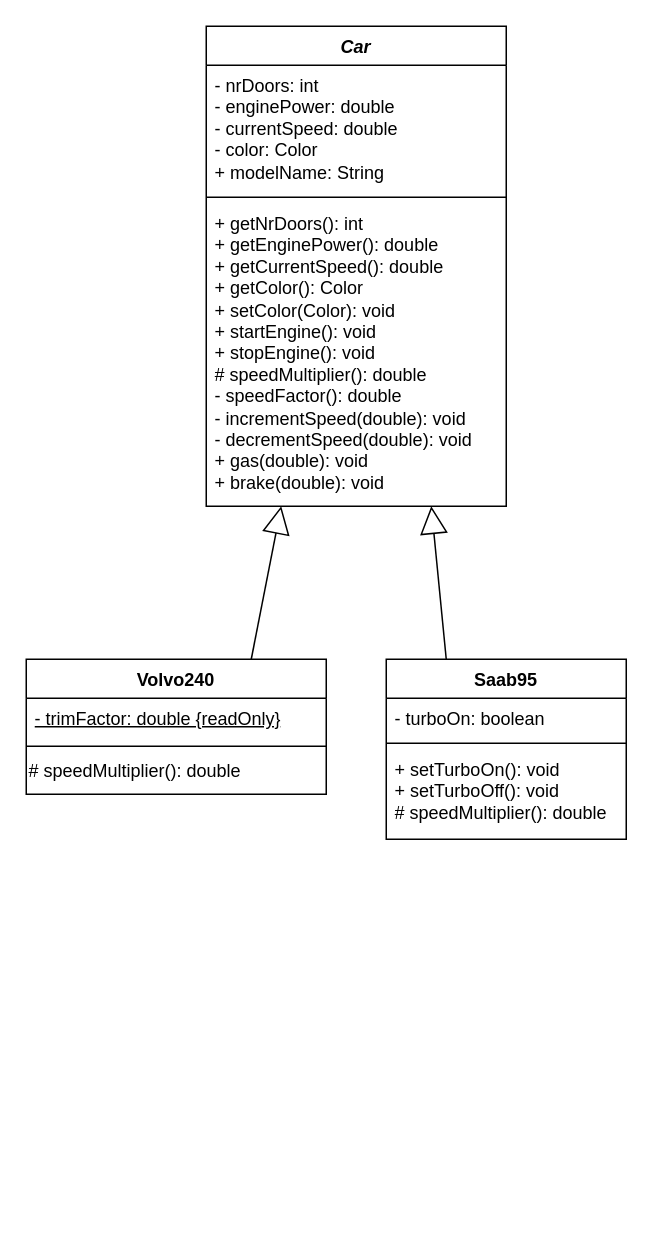
Above: lab1.drawio in Algaras-dev/TDA553-Lab (draw.io), before the change. Source tidied: cells renumbered, new cells numbered last; positions are measured from the earlier drawing's top-left corner, leaving out a move shared by most shapes. Both pictures are drawn from the tidied source at 150%, with x=0, y=0 at pixel (26, 26).
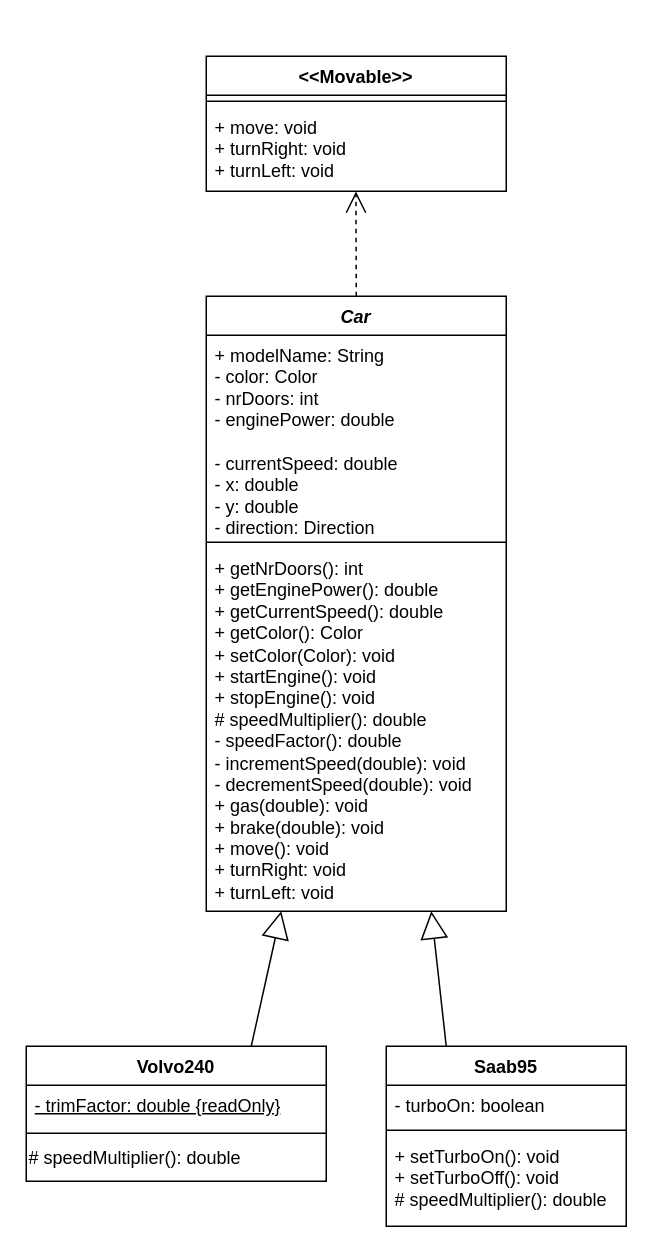
After the change.

Change to the diagram source:
```diff
@@
     <mxCell id="2" value="Volvo240" style="swimlane;fontStyle=1;align=center;verticalAlign=top;horizontal=1;startSize=26;whiteSpace=wrap;html=1;" parent="1" vertex="1">
-      <mxGeometry y="422" width="200" height="90" as="geometry" />
+      <mxGeometry y="680" width="200" height="90" as="geometry" />
     </mxCell>
@@
     <mxCell id="6" value="Saab95&lt;div&gt;&lt;br&gt;&lt;/div&gt;" style="swimlane;fontStyle=1;align=center;verticalAlign=top;horizontal=1;startSize=26;whiteSpace=wrap;html=1;" parent="1" vertex="1">
-      <mxGeometry x="240" y="422" width="160" height="120" as="geometry" />
+      <mxGeometry x="240" y="680" width="160" height="120" as="geometry" />
     </mxCell>
@@
     <mxCell id="10" value="&lt;i&gt;Car&lt;/i&gt;" style="swimlane;fontStyle=1;align=center;verticalAlign=top;horizontal=1;startSize=26;whiteSpace=wrap;html=1;" parent="1" vertex="1">
-      <mxGeometry x="120" width="200" height="320" as="geometry" />
+      <mxGeometry x="120" y="180" width="200" height="410" as="geometry" />
     </mxCell>
-    <mxCell id="11" value="- nrDoors: int&lt;br&gt;- enginePower: double&lt;br&gt;&lt;div&gt;- currentSpeed: double&lt;/div&gt;&lt;div&gt;- color: Color&lt;/div&gt;&lt;div&gt;+ modelName: String&lt;/div&gt;" style="text;strokeColor=none;fillColor=none;align=left;verticalAlign=top;spacingLeft=4;spacingRight=4;overflow=hidden;whiteSpace=wrap;html=1;" parent="10" vertex="1">
-      <mxGeometry y="26" width="200" height="84" as="geometry" />
+    <mxCell id="11" value="&lt;div&gt;+ modelName: String&lt;/div&gt;&lt;div&gt;- color: Color&lt;/div&gt;&lt;div&gt;- nrDoors: int&lt;/div&gt;&lt;div&gt;- enginePower: double&lt;/div&gt;&lt;div&gt;&lt;br&gt;&lt;/div&gt;&lt;div&gt;- currentSpeed: double&lt;/div&gt;&lt;div&gt;- x: double&lt;/div&gt;&lt;div&gt;- y: double&lt;/div&gt;&lt;div&gt;- direction: Direction&lt;/div&gt;" style="text;strokeColor=none;fillColor=none;align=left;verticalAlign=top;spacingLeft=4;spacingRight=4;overflow=hidden;whiteSpace=wrap;html=1;" parent="10" vertex="1">
+      <mxGeometry y="26" width="200" height="134" as="geometry" />
     </mxCell>
     <mxCell id="12" style="line;strokeWidth=1;fillColor=none;align=left;verticalAlign=middle;spacingTop=-1;spacingLeft=3;spacingRight=3;labelPosition=right;strokeColor=inherit;" parent="10" vertex="1">
-      <mxGeometry y="110" width="200" height="8" as="geometry" />
+      <mxGeometry y="160" width="200" height="8" as="geometry" />
     </mxCell>
-    <mxCell id="13" value="+ getNrDoors(): int&lt;div&gt;+ getEnginePower(): double&lt;/div&gt;&lt;div&gt;+ getCurrentSpeed(): double&lt;/div&gt;&lt;div&gt;+ getColor(): Color&lt;/div&gt;&lt;div&gt;+ setColor(Color): void&lt;/div&gt;&lt;div&gt;+ startEngine(): void&lt;/div&gt;&lt;div&gt;+ stopEngine(): void&lt;/div&gt;&lt;div&gt;#&amp;nbsp;speedMultiplier(): double&lt;/div&gt;&lt;div&gt;- speedFactor(): double&lt;/div&gt;&lt;div&gt;- incrementSpeed(double): void&lt;/div&gt;&lt;div&gt;- decrementSpeed(double): void&lt;/div&gt;&lt;div&gt;+ gas(double): void&lt;/div&gt;&lt;div&gt;+ brake(double): void&lt;/div&gt;" style="text;strokeColor=none;fillColor=none;align=left;verticalAlign=top;spacingLeft=4;spacingRight=4;overflow=hidden;whiteSpace=wrap;html=1;" parent="10" vertex="1">
-      <mxGeometry y="118" width="200" height="202" as="geometry" />
+    <mxCell id="13" value="&lt;div&gt;+ getNrDoors(): int&lt;/div&gt;&lt;div&gt;+ getEnginePower(): double&lt;/div&gt;&lt;div&gt;+ getCurrentSpeed(): double&lt;/div&gt;&lt;div&gt;+ getColor(): Color&lt;/div&gt;&lt;div&gt;+ setColor(Color): void&lt;/div&gt;&lt;div&gt;+ startEngine(): void&lt;/div&gt;&lt;div&gt;+ stopEngine(): void&lt;/div&gt;&lt;div&gt;# speedMultiplier(): double&lt;/div&gt;&lt;div&gt;- speedFactor(): double&lt;/div&gt;&lt;div&gt;- incrementSpeed(double): void&lt;/div&gt;&lt;div&gt;- decrementSpeed(double): void&lt;/div&gt;&lt;div&gt;+ gas(double): void&lt;/div&gt;&lt;div&gt;+ brake(double): void&lt;/div&gt;&lt;div&gt;+ move(): void&lt;/div&gt;&lt;div&gt;+ turnRight: void&lt;/div&gt;&lt;div&gt;+ turnLeft: void&lt;/div&gt;" style="text;strokeColor=none;fillColor=none;align=left;verticalAlign=top;spacingLeft=4;spacingRight=4;overflow=hidden;whiteSpace=wrap;html=1;" parent="10" vertex="1">
+      <mxGeometry y="168" width="200" height="242" as="geometry" />
     </mxCell>
     <mxCell id="14" style="text;strokeColor=none;fillColor=none;align=left;verticalAlign=middle;spacingTop=-1;spacingLeft=4;spacingRight=4;labelPosition=right;" parent="1" vertex="1">
-      <mxGeometry x="330" y="200" width="20" height="14" as="geometry" />
+      <mxGeometry x="330" y="380" width="20" height="14" as="geometry" />
     </mxCell>
@@
+    <mxCell id="17" value="&amp;lt;&amp;lt;Movable&amp;gt;&amp;gt;" style="swimlane;fontStyle=1;align=center;verticalAlign=top;horizontal=1;startSize=26;whiteSpace=wrap;html=1;" parent="1" vertex="1">
+      <mxGeometry x="120" y="20" width="200" height="90" as="geometry" />
+    </mxCell>
+    <mxCell id="18" style="line;strokeWidth=1;fillColor=none;align=left;verticalAlign=middle;spacingTop=-1;spacingLeft=3;spacingRight=3;labelPosition=right;strokeColor=inherit;" parent="17" vertex="1">
+      <mxGeometry y="26" width="200" height="8" as="geometry" />
+    </mxCell>
+    <mxCell id="19" value="+ move: void&lt;div&gt;+ turnRight: void&lt;/div&gt;&lt;div&gt;+ turnLeft: void&lt;/div&gt;" style="text;strokeColor=none;fillColor=none;align=left;verticalAlign=top;spacingLeft=4;spacingRight=4;overflow=hidden;points=[[0,0.5],[1,0.5]];portConstraint=eastwest;whiteSpace=wrap;html=1;" parent="17" vertex="1">
+      <mxGeometry y="34" width="200" height="56" as="geometry" />
+    </mxCell>
+    <mxCell id="20" style="endArrow=open;endSize=12;dashed=1;html=1;rounded=0;exitX=0.5;exitY=0;exitDx=0;exitDy=0;entryX=0.499;entryY=1.004;entryDx=0;entryDy=0;entryPerimeter=0;" parent="1" edge="1" source="10" target="19">
+      <mxGeometry relative="1" as="geometry" />
+    </mxCell>
```
